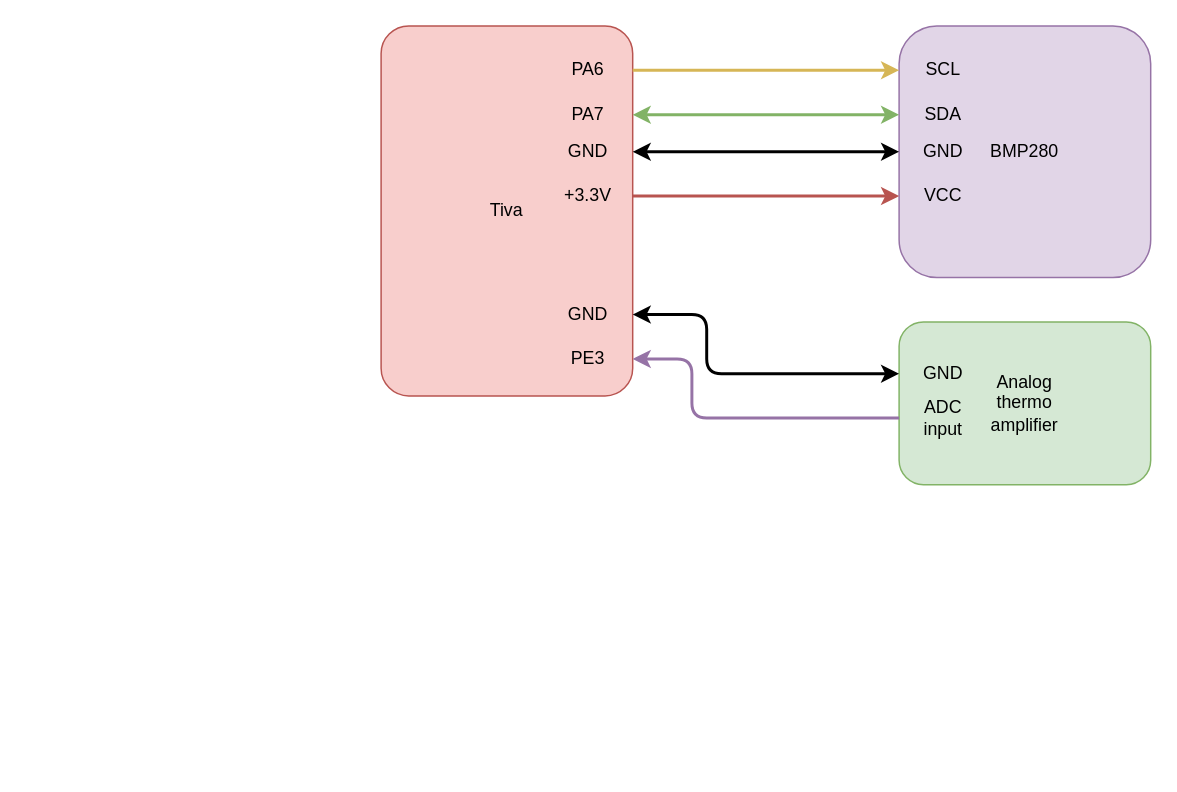
Before: blockdiagram_overview.drawio in pfrapp/reflow-oven, a draw.io diagram. Source tidied: cells renumbered, new cells numbered last; positions are measured from the earlier drawing's top-left corner, leaving out a move shared by most shapes. Both pictures are drawn from the tidied source at 148%, with x=0, y=0 at pixel (380, 25).
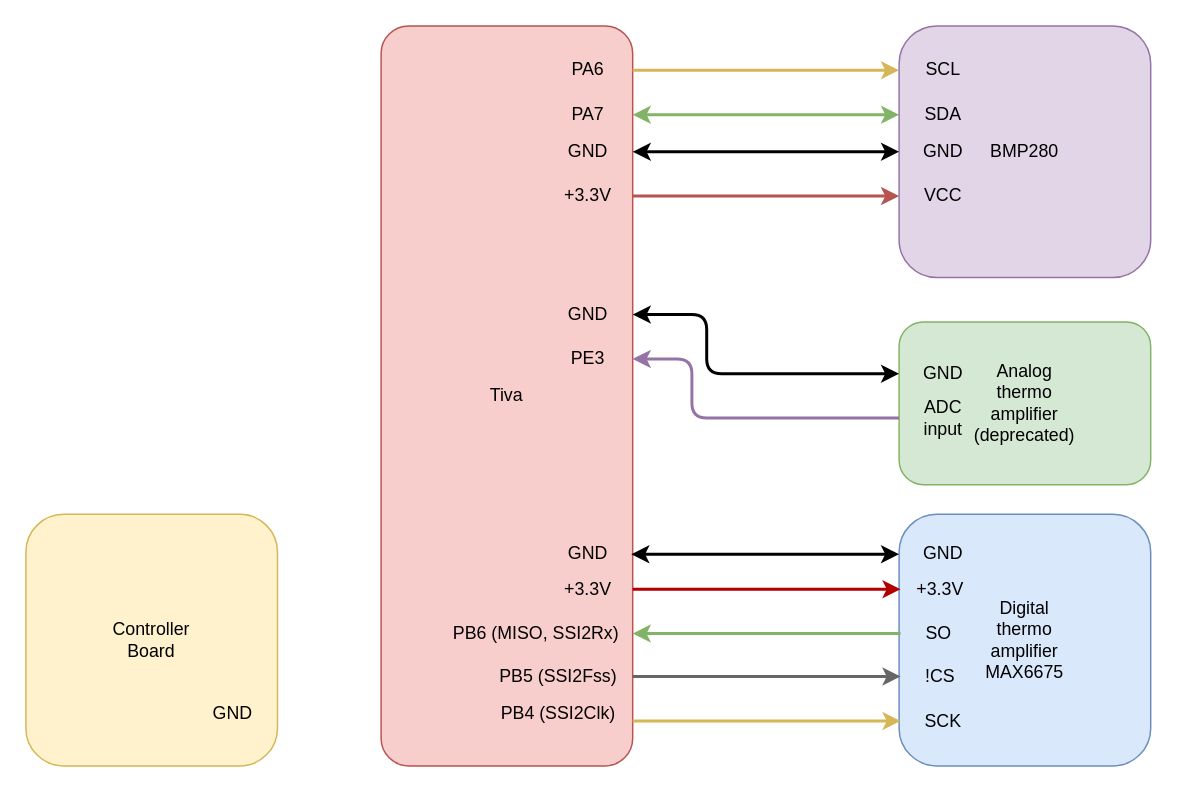
The same diagram, later.

Commit message (it also covers changes not shown here):
Updated block diagram to accomodate the digital thermo amplifier

Change to the diagram source:
```diff
@@
     <mxCell id="2" value="Tiva" style="rounded=1;whiteSpace=wrap;html=1;arcSize=11;fillColor=#f8cecc;strokeColor=#b85450;" parent="1" vertex="1">
-      <mxGeometry width="170" height="250" as="geometry" />
+      <mxGeometry width="170" height="500" as="geometry" />
     </mxCell>
@@
-    <mxCell id="4" value="Analog&lt;br&gt;thermo&lt;br&gt;amplifier" style="rounded=1;whiteSpace=wrap;html=1;fillColor=#d5e8d4;strokeColor=#82b366;" parent="1" vertex="1">
+    <mxCell id="4" value="Analog&lt;br&gt;thermo&lt;br&gt;amplifier&lt;br&gt;(deprecated)" style="rounded=1;whiteSpace=wrap;html=1;fillColor=#d5e8d4;strokeColor=#82b366;" parent="1" vertex="1">
       <mxGeometry x="350" y="200" width="170" height="110" as="geometry" />
     </mxCell>
@@
+    <mxCell id="23" value="Digital&lt;br&gt;thermo&lt;br&gt;amplifier&lt;br&gt;MAX6675" style="rounded=1;whiteSpace=wrap;html=1;fillColor=#dae8fc;strokeColor=#6c8ebf;" parent="1" vertex="1">
+      <mxGeometry x="350" y="330" width="170" height="170" as="geometry" />
+    </mxCell>
+    <mxCell id="24" style="edgeStyle=none;html=1;exitX=0;exitY=0.5;exitDx=0;exitDy=0;endArrow=classic;endFill=1;startArrow=classic;startFill=1;strokeWidth=2;" parent="1" edge="1" source="25">
+      <mxGeometry relative="1" as="geometry">
+        <mxPoint x="169" y="357" as="targetPoint" />
+      </mxGeometry>
+    </mxCell>
+    <mxCell id="25" value="GND" style="text;html=1;strokeColor=none;fillColor=none;align=center;verticalAlign=middle;whiteSpace=wrap;rounded=0;" parent="1" vertex="1">
+      <mxGeometry x="350" y="342" width="60" height="30" as="geometry" />
+    </mxCell>
+    <mxCell id="26" value="+3.3V" style="text;html=1;strokeColor=none;fillColor=none;align=center;verticalAlign=middle;whiteSpace=wrap;rounded=0;" parent="1" vertex="1">
+      <mxGeometry x="348" y="366" width="60" height="30" as="geometry" />
+    </mxCell>
+    <mxCell id="27" value="SO" style="text;html=1;strokeColor=none;fillColor=none;align=center;verticalAlign=middle;whiteSpace=wrap;rounded=0;" parent="1" vertex="1">
+      <mxGeometry x="347" y="396" width="60" height="30" as="geometry" />
+    </mxCell>
+    <mxCell id="28" value="!CS" style="text;html=1;strokeColor=none;fillColor=none;align=center;verticalAlign=middle;whiteSpace=wrap;rounded=0;" parent="1" vertex="1">
+      <mxGeometry x="348" y="425" width="60" height="30" as="geometry" />
+    </mxCell>
+    <mxCell id="29" value="SCK" style="text;html=1;strokeColor=none;fillColor=none;align=center;verticalAlign=middle;whiteSpace=wrap;rounded=0;" parent="1" vertex="1">
+      <mxGeometry x="350" y="455" width="60" height="30" as="geometry" />
+    </mxCell>
+    <mxCell id="30" style="edgeStyle=none;html=1;exitX=0;exitY=0.5;exitDx=0;exitDy=0;endArrow=none;endFill=0;startArrow=classic;startFill=1;strokeWidth=2;fillColor=#e51400;strokeColor=#B20000;" parent="1" edge="1">
+      <mxGeometry relative="1" as="geometry">
+        <mxPoint x="351" y="380.6" as="sourcePoint" />
+        <mxPoint x="170" y="380.6" as="targetPoint" />
+      </mxGeometry>
+    </mxCell>
+    <mxCell id="31" value="GND" style="text;html=1;strokeColor=none;fillColor=none;align=center;verticalAlign=middle;whiteSpace=wrap;rounded=0;" parent="1" vertex="1">
+      <mxGeometry x="110" y="342" width="60" height="30" as="geometry" />
+    </mxCell>
+    <mxCell id="32" value="+3.3V" style="text;html=1;strokeColor=none;fillColor=none;align=center;verticalAlign=middle;whiteSpace=wrap;rounded=0;" parent="1" vertex="1">
+      <mxGeometry x="110" y="366" width="60" height="30" as="geometry" />
+    </mxCell>
+    <mxCell id="33" style="edgeStyle=none;html=1;exitX=0;exitY=0.5;exitDx=0;exitDy=0;endArrow=classic;endFill=1;startArrow=none;startFill=0;strokeWidth=2;fillColor=#d5e8d4;strokeColor=#82b366;" parent="1" edge="1">
+      <mxGeometry relative="1" as="geometry">
+        <mxPoint x="351" y="410.6" as="sourcePoint" />
+        <mxPoint x="170" y="410.6" as="targetPoint" />
+      </mxGeometry>
+    </mxCell>
+    <mxCell id="34" style="edgeStyle=none;html=1;exitX=0;exitY=0.5;exitDx=0;exitDy=0;endArrow=none;endFill=0;startArrow=classic;startFill=1;strokeWidth=2;fillColor=#f5f5f5;strokeColor=#666666;" parent="1" edge="1">
+      <mxGeometry relative="1" as="geometry">
+        <mxPoint x="351" y="439.6" as="sourcePoint" />
+        <mxPoint x="170" y="439.6" as="targetPoint" />
+      </mxGeometry>
+    </mxCell>
+    <mxCell id="35" style="edgeStyle=none;html=1;exitX=0;exitY=0.5;exitDx=0;exitDy=0;endArrow=none;endFill=0;startArrow=classic;startFill=1;strokeWidth=2;fillColor=#fff2cc;strokeColor=#d6b656;" parent="1" edge="1">
+      <mxGeometry relative="1" as="geometry">
+        <mxPoint x="351" y="469.6" as="sourcePoint" />
+        <mxPoint x="170" y="469.6" as="targetPoint" />
+      </mxGeometry>
+    </mxCell>
+    <mxCell id="36" value="Controller&lt;br&gt;Board" style="rounded=1;whiteSpace=wrap;html=1;fillColor=#fff2cc;strokeColor=#d6b656;" parent="1" vertex="1">
+      <mxGeometry x="-240" y="330" width="170" height="170" as="geometry" />
+    </mxCell>
+    <mxCell id="37" value="GND" style="text;html=1;strokeColor=none;fillColor=none;align=center;verticalAlign=middle;whiteSpace=wrap;rounded=0;" parent="1" vertex="1">
+      <mxGeometry x="-130" y="450" width="60" height="30" as="geometry" />
+    </mxCell>
+    <mxCell id="38" value="PB6 (MISO, SSI2Rx)" style="text;html=1;strokeColor=none;fillColor=none;align=center;verticalAlign=middle;whiteSpace=wrap;rounded=0;" parent="1" vertex="1">
+      <mxGeometry x="40" y="396" width="130" height="30" as="geometry" />
+    </mxCell>
+    <mxCell id="39" value="PB5 (SSI2Fss)" style="text;html=1;strokeColor=none;fillColor=none;align=center;verticalAlign=middle;whiteSpace=wrap;rounded=0;" parent="1" vertex="1">
+      <mxGeometry x="70" y="425" width="100" height="30" as="geometry" />
+    </mxCell>
+    <mxCell id="40" value="PB4 (SSI2Clk)" style="text;html=1;strokeColor=none;fillColor=none;align=center;verticalAlign=middle;whiteSpace=wrap;rounded=0;" parent="1" vertex="1">
+      <mxGeometry x="70" y="450" width="100" height="30" as="geometry" />
+    </mxCell>
```
